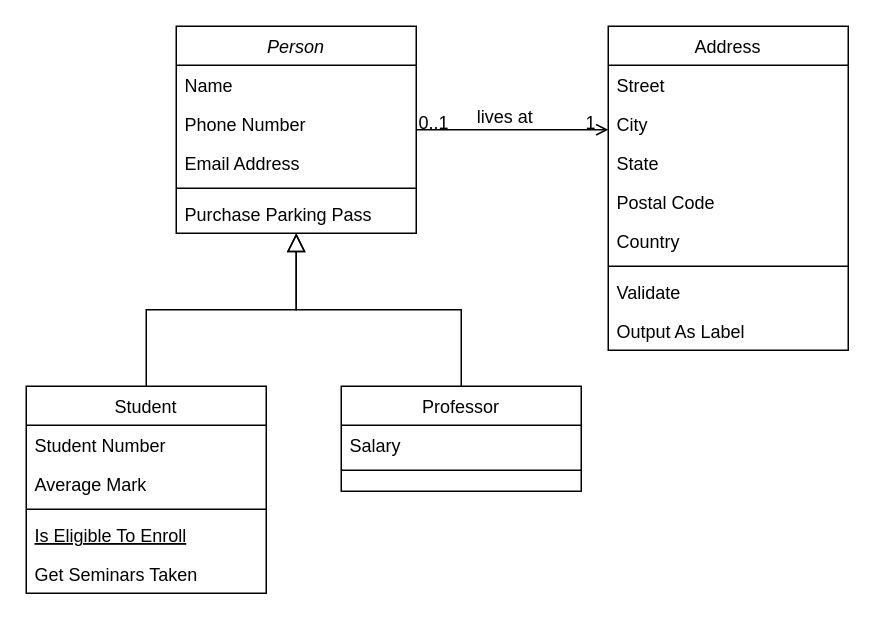
This is Diagrama sem nome.drawio from maysa158/diagramasderequisitos, a draw.io file, before an edit. Source tidied: cells renumbered, new cells numbered last; positions are measured from the earlier drawing's top-left corner, leaving out a move shared by most shapes. Both pictures are drawn from the tidied source at 150%, with x=0, y=0 at pixel (26, 26).
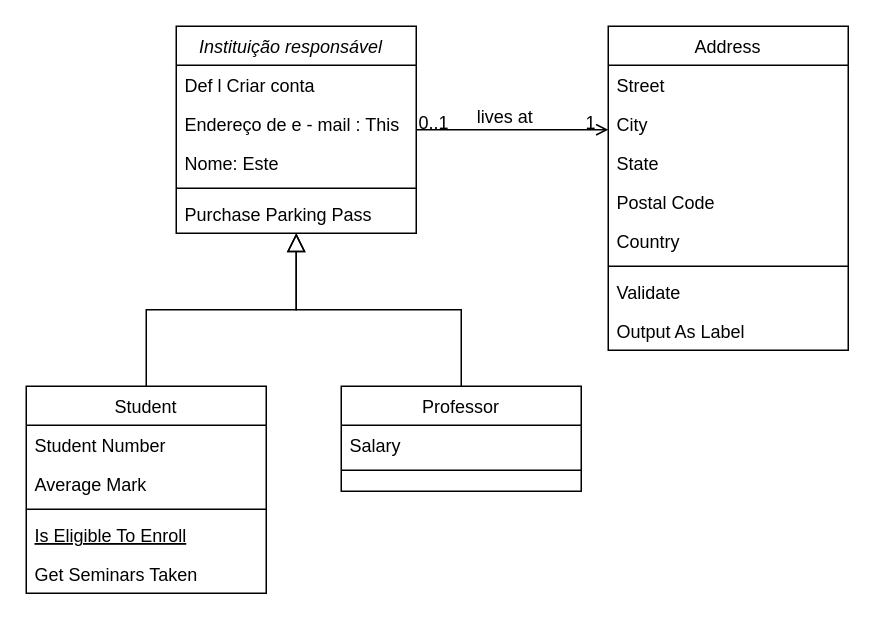
Above is the later version.

Change to the diagram source:
```diff
@@
-    <mxCell id="2" value="Person" style="swimlane;fontStyle=2;align=center;verticalAlign=top;horizontal=1;startSize=26;rounded=0;shadow=0;strokeWidth=1;" parent="1" vertex="1">
+    <mxCell id="2" value="Instituição responsável  " style="swimlane;fontStyle=2;align=center;verticalAlign=top;horizontal=1;startSize=26;rounded=0;shadow=0;strokeWidth=1;" parent="1" vertex="1">
       <mxGeometry x="100" width="160" height="138" as="geometry" />
     </mxCell>
+    <mxCell id="32" value="Def l Criar conta " style="text;align=left;verticalAlign=top;spacingLeft=4;spacingRight=4;overflow=hidden;" parent="2" vertex="1">
+      <mxGeometry y="26" width="160" height="26" as="geometry" />
+    </mxCell>
-    <mxCell id="3" value="Name" style="text;align=left;verticalAlign=top;spacingLeft=4;spacingRight=4;overflow=hidden;" parent="2" vertex="1">
-      <mxGeometry y="26" width="160" height="26" as="geometry" />
+    <mxCell id="3" value="Endereço de e - mail : This" style="text;align=left;verticalAlign=top;spacingLeft=4;spacingRight=4;overflow=hidden;" parent="2" vertex="1">
+      <mxGeometry y="52" width="160" height="26" as="geometry" />
     </mxCell>
-    <mxCell id="4" value="Phone Number" style="text;align=left;verticalAlign=top;spacingLeft=4;spacingRight=4;overflow=hidden;rounded=0;shadow=0;html=0;" parent="2" vertex="1">
-      <mxGeometry y="52" width="160" height="26" as="geometry" />
+    <mxCell id="4" value="Nome: Este" style="text;align=left;verticalAlign=top;spacingLeft=4;spacingRight=4;overflow=hidden;rounded=0;shadow=0;html=0;" parent="2" vertex="1">
+      <mxGeometry y="78" width="160" height="26" as="geometry" />
     </mxCell>
-    <mxCell id="5" value="Email Address" style="text;align=left;verticalAlign=top;spacingLeft=4;spacingRight=4;overflow=hidden;rounded=0;shadow=0;html=0;" parent="2" vertex="1">
-      <mxGeometry y="78" width="160" height="26" as="geometry" />
-    </mxCell>
```
